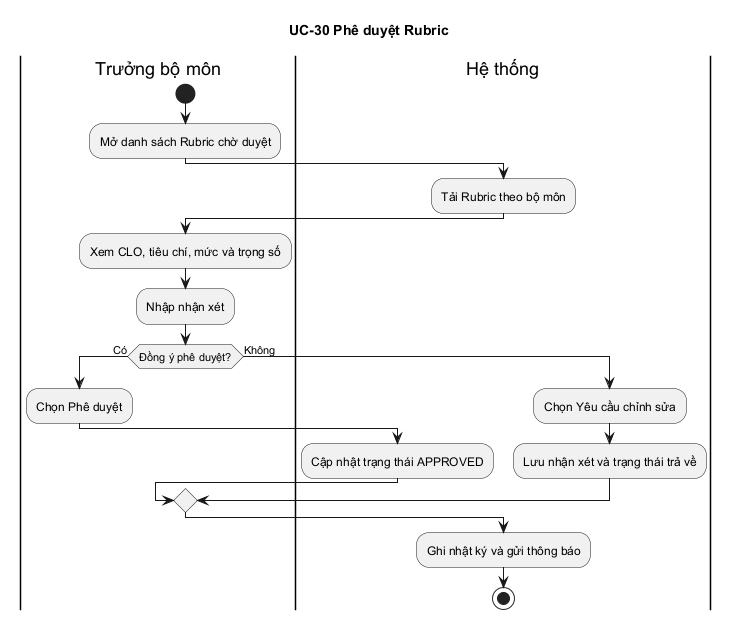
The PlantUML diagram docs/core-use-cases/UC30_DuyetRubric/activity.png in thanhthanh123vn/Rubric_Thanh_Duc_2025_2026, before a commit. Its diagram source:
```plantuml
@startuml
title UC-30 Phê duyệt Rubric
|Trưởng bộ môn|
start
:Mở danh sách Rubric chờ duyệt;
|Hệ thống|
:Tải Rubric theo bộ môn;
|Trưởng bộ môn|
:Xem CLO, tiêu chí, mức và trọng số;
:Nhập nhận xét;
if (Đồng ý phê duyệt?) then (Có)
  :Chọn Phê duyệt;
  |Hệ thống|
  :Cập nhật trạng thái APPROVED;
else (Không)
  :Chọn Yêu cầu chỉnh sửa;
  |Hệ thống|
  :Lưu nhận xét và trạng thái trả về;
endif
:Ghi nhật ký và gửi thông báo;
stop
@enduml
```
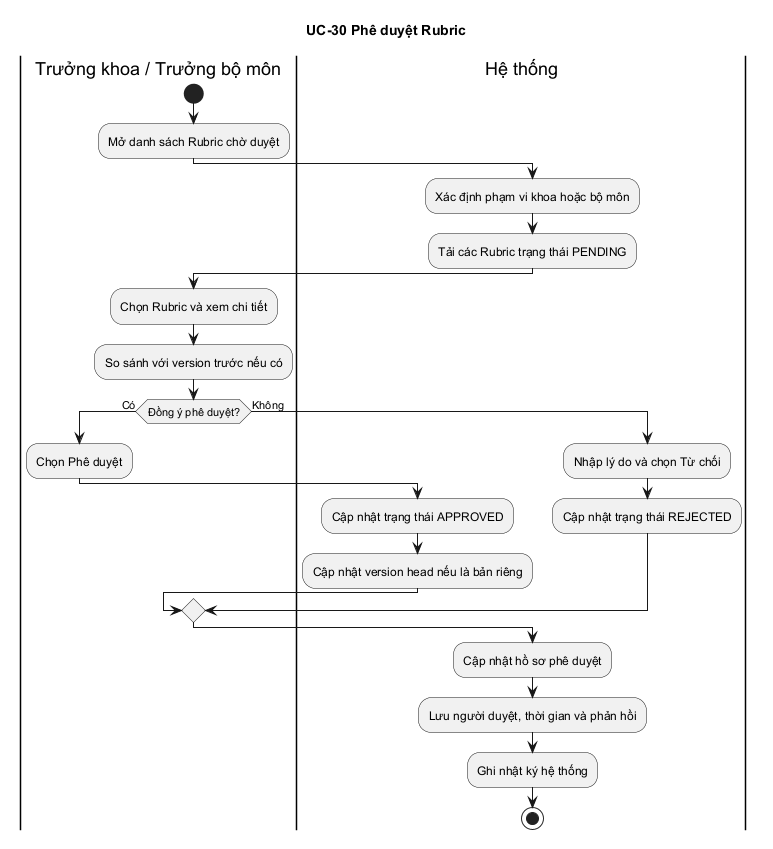
The same diagram one commit later.

The edit, as a diff of the source:
```diff
@@ -1,22 +1,26 @@
 @startuml
 title UC-30 Phê duyệt Rubric
-|Trưởng bộ môn|
+|Trưởng khoa / Trưởng bộ môn|
 start
 :Mở danh sách Rubric chờ duyệt;
 |Hệ thống|
-:Tải Rubric theo bộ môn;
-|Trưởng bộ môn|
-:Xem CLO, tiêu chí, mức và trọng số;
-:Nhập nhận xét;
+:Xác định phạm vi khoa hoặc bộ môn;
+:Tải các Rubric trạng thái PENDING;
+|Trưởng khoa / Trưởng bộ môn|
+:Chọn Rubric và xem chi tiết;
+:So sánh với version trước nếu có;
 if (Đồng ý phê duyệt?) then (Có)
   :Chọn Phê duyệt;
   |Hệ thống|
   :Cập nhật trạng thái APPROVED;
+  :Cập nhật version head nếu là bản riêng;
 else (Không)
-  :Chọn Yêu cầu chỉnh sửa;
+  :Nhập lý do và chọn Từ chối;
   |Hệ thống|
-  :Lưu nhận xét và trạng thái trả về;
+  :Cập nhật trạng thái REJECTED;
 endif
-:Ghi nhật ký và gửi thông báo;
+:Cập nhật hồ sơ phê duyệt;
+:Lưu người duyệt, thời gian và phản hồi;
+:Ghi nhật ký hệ thống;
 stop
 @enduml
```
